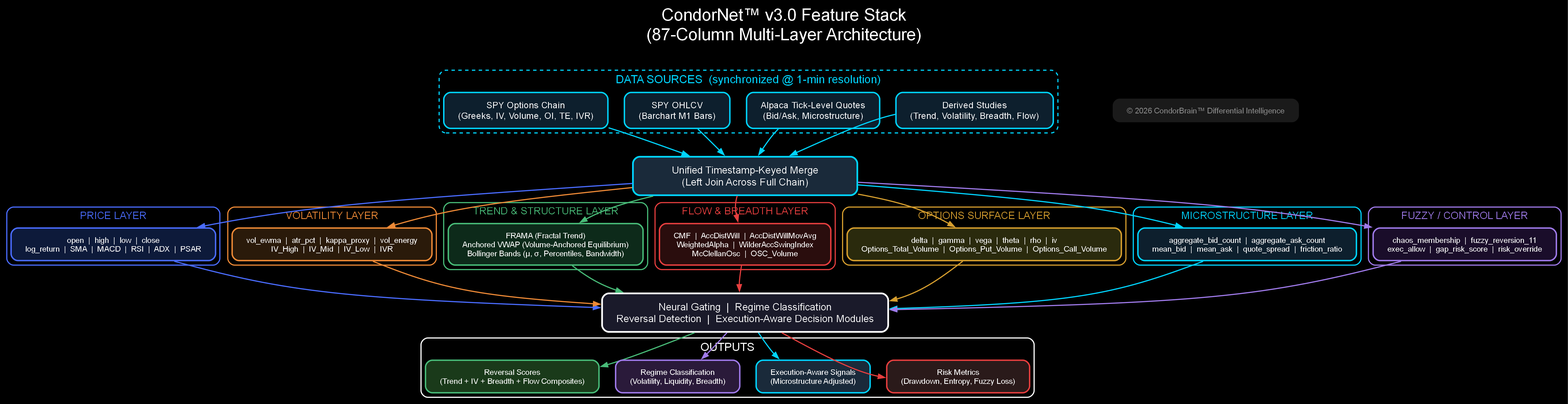
Before: docs/architecture/CondorNet_v3_Feature_Stack.png, a diagram exported from Graphviz (trextrader/spy-iron-condor-trading). Its source is kept beside it as docs/architecture/CondorNet_v3_Feature_Stack.dot. Its diagram source:
```dot
digraph CondorNet_v3_Feature_Stack {
    rankdir=TB;
    splines=curved;
    bgcolor="#000000";
    fontname="Arial,Sans-Serif";
    fontsize=30;
    labelloc="t";
    label="CondorNet™ v3.0 Feature Stack\n(87-Column Multi-Layer Architecture)";
    fontcolor="#ffffff";
    nodesep=0.4;
    ranksep=0.7;
    compound=true;

    node [
        fontname="Arial,Sans-Serif",
        fontsize=16,
        shape=box,
        style="filled,rounded",
        fillcolor="#1a1a1a",
        color="#555555",
        fontcolor="#ffffff",
        penwidth=2.5,
        margin="0.35,0.18"
    ];

    edge [
        color="#666666",
        penwidth=2.0,
        arrowsize=1.1,
        fontname="Arial,Sans-Serif",
        fontsize=13,
        fontcolor="#bbbbbb"
    ];

    subgraph cluster_sources {
        label="DATA SOURCES  (synchronized @ 1-min resolution)";
        fontsize=20;
        fontcolor="#00d4ff";
        style="rounded,dashed";
        color="#00d4ff";
        penwidth=2;

        src_options [label="SPY Options Chain\n(Greeks, IV, Volume, OI, TE, IVR)", fillcolor="#0d1f2d", color="#00d4ff"];
        src_ohlcv   [label="SPY OHLCV\n(Barchart M1 Bars)", fillcolor="#0d1f2d", color="#00d4ff"];
        src_alpaca  [label="Alpaca Tick-Level Quotes\n(Bid/Ask, Microstructure)", fillcolor="#0d1f2d", color="#00d4ff"];
        src_derived [label="Derived Studies\n(Trend, Volatility, Breadth, Flow)", fillcolor="#0d1f2d", color="#00d4ff"];
    }

    merge [label="Unified Timestamp-Keyed Merge\n(Left Join Across Full Chain)", fillcolor="#1a2a3a", color="#00d4ff", fontsize=18, penwidth=3, width=5.5];

    src_options -> merge [color="#00d4ff"];
    src_ohlcv   -> merge [color="#00d4ff"];
    src_alpaca  -> merge [color="#00d4ff"];
    src_derived -> merge [color="#00d4ff"];


    subgraph cluster_price {
        label="PRICE LAYER";
        fontsize=18;
        fontcolor="#4a6cff";
        style="rounded";
        color="#4a6cff";
        penwidth=2;

        price_features [label="open  |  high  |  low  |  close\nlog_return  |  SMA  |  MACD  |  RSI  |  ADX  |  PSAR", fillcolor="#0d1a3a", color="#4a6cff", fontsize=14];
    }

    subgraph cluster_vol {
        label="VOLATILITY LAYER";
        fontsize=18;
        fontcolor="#ed8936";
        style="rounded";
        color="#ed8936";
        penwidth=2;

        vol_features [label="vol_ewma  |  atr_pct  |  kappa_proxy  |  vol_energy\nIV_High  |  IV_Mid  |  IV_Low  |  IVR", fillcolor="#2a1a0a", color="#ed8936", fontsize=14];
    }

    subgraph cluster_trend {
        label="TREND & STRUCTURE LAYER";
        fontsize=18;
        fontcolor="#48bb78";
        style="rounded";
        color="#48bb78";
        penwidth=2;

        trend_features [label="FRAMA (Fractal Trend)\nAnchored VWAP (Volume-Anchored Equilibrium)\nBollinger Bands (μ, σ, Percentiles, Bandwidth)", fillcolor="#0d2a1a", color="#48bb78", fontsize=14];
    }

    subgraph cluster_flow {
        label="FLOW & BREADTH LAYER";
        fontsize=18;
        fontcolor="#e53e3e";
        style="rounded";
        color="#e53e3e";
        penwidth=2;

        flow_features [label="CMF  |  AccDistWill  |  AccDistWillMovAvg\nWeightedAlpha  |  WilderAccSwingIndex\nMcClellanOsc  |  OSC_Volume", fillcolor="#2a0d0d", color="#e53e3e", fontsize=14];
    }

    subgraph cluster_greeks {
        label="OPTIONS SURFACE LAYER";
        fontsize=18;
        fontcolor="#d69e2e";
        style="rounded";
        color="#d69e2e";
        penwidth=2;

        greeks_features [label="delta  |  gamma  |  vega  |  theta  |  rho  |  iv\nOptions_Total_Volume  |  Options_Put_Volume  |  Options_Call_Volume", fillcolor="#2a2a0d", color="#d69e2e", fontsize=14];
    }

    subgraph cluster_micro {
        label="MICROSTRUCTURE LAYER";
        fontsize=18;
        fontcolor="#00d4ff";
        style="rounded";
        color="#00d4ff";
        penwidth=2;

        micro_features [label="aggregate_bid_count  |  aggregate_ask_count\nmean_bid  |  mean_ask  |  quote_spread  |  friction_ratio", fillcolor="#0d1f2d", color="#00d4ff", fontsize=14];
    }

    subgraph cluster_fuzzy {
        label="FUZZY / CONTROL LAYER";
        fontsize=18;
        fontcolor="#9f7aea";
        style="rounded";
        color="#9f7aea";
        penwidth=2;

        fuzzy_features [label="chaos_membership  |  fuzzy_reversion_11\nexec_allow  |  gap_risk_score  |  risk_override", fillcolor="#1a0d2a", color="#9f7aea", fontsize=14];
    }

    merge -> price_features  [color="#4a6cff"];
    merge -> vol_features    [color="#ed8936"];
    merge -> trend_features  [color="#48bb78"];
    merge -> flow_features   [color="#e53e3e"];
    merge -> greeks_features [color="#d69e2e"];
    merge -> micro_features  [color="#00d4ff"];
    merge -> fuzzy_features  [color="#9f7aea"];

    gating [label="Neural Gating  |  Regime Classification\nReversal Detection  |  Execution-Aware Decision Modules", fillcolor="#1a1a2a", color="#ffffff", fontsize=18, penwidth=3, width=6.5, fontcolor="#ffffff"];

    price_features  -> gating [color="#4a6cff"];
    vol_features    -> gating [color="#ed8936"];
    trend_features  -> gating [color="#48bb78"];
    flow_features   -> gating [color="#e53e3e"];
    greeks_features -> gating [color="#d69e2e"];
    micro_features  -> gating [color="#00d4ff"];
    fuzzy_features  -> gating [color="#9f7aea"];

    subgraph cluster_outputs {
        label="OUTPUTS";
        fontsize=20;
        fontcolor="#ffffff";
        style="rounded,bold";
        color="#ffffff";
        penwidth=2;

        out_reversal [label="Reversal Scores\n(Trend + IV + Breadth + Flow Composites)", fillcolor="#1a3a1a", color="#48bb78", fontsize=14];
        out_regime   [label="Regime Classification\n(Volatility, Liquidity, Breadth)", fillcolor="#2a1a3a", color="#9f7aea", fontsize=14];
        out_exec     [label="Execution-Aware Signals\n(Microstructure Adjusted)", fillcolor="#1a2a3a", color="#00d4ff", fontsize=14];
        out_risk     [label="Risk Metrics\n(Drawdown, Entropy, Fuzzy Loss)", fillcolor="#2a1a1a", color="#e53e3e", fontsize=14];
    }

    gating -> out_reversal [color="#48bb78"];
    gating -> out_regime   [color="#9f7aea"];
    gating -> out_exec     [color="#00d4ff"];
    gating -> out_risk     [color="#e53e3e"];

    subgraph cluster_copyright {
        style=invis;
        rank=sink;
        node [shape=plaintext, fontsize=14, fontcolor="#888888"];
        copyright_note [label="© 2026 CondorBrain™ Differential Intelligence"];
    }
}
```
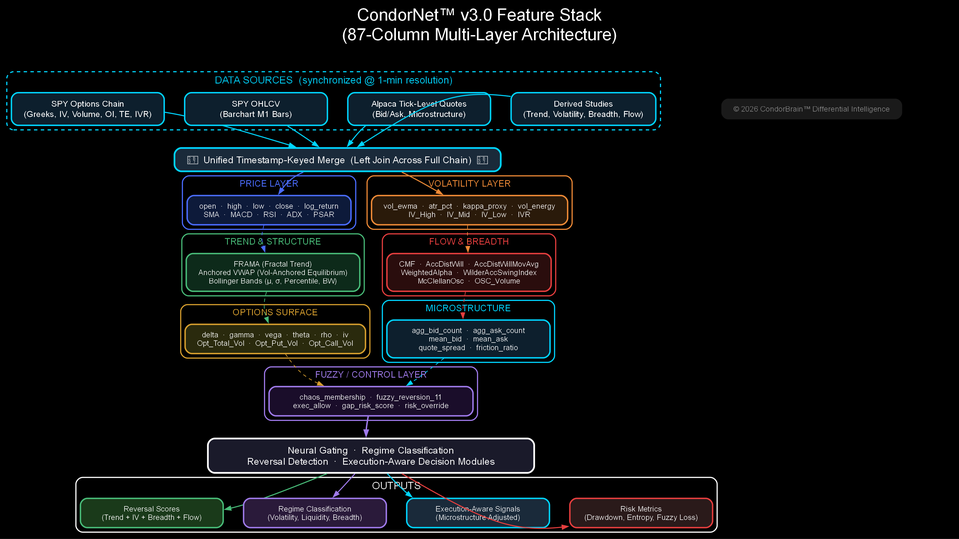
The same file after the commit.

Commit message:
docs: portrait-oriented Feature Stack diagram with vertical 2-col layout

Change to the diagram source:
```diff
@@ -7,46 +7,50 @@
     labelloc="t";
     label="CondorNet™ v3.0 Feature Stack\n(87-Column Multi-Layer Architecture)";
     fontcolor="#ffffff";
-    nodesep=0.4;
-    ranksep=0.7;
+    nodesep=0.5;
+    ranksep=0.55;
     compound=true;
+    newrank=true;
 
     node [
         fontname="Arial,Sans-Serif",
-        fontsize=16,
+        fontsize=15,
         shape=box,
         style="filled,rounded",
         fillcolor="#1a1a1a",
         color="#555555",
         fontcolor="#ffffff",
         penwidth=2.5,
-        margin="0.35,0.18"
+        margin="0.3,0.15"
     ];
 
     edge [
-        color="#666666",
-        penwidth=2.0,
-        arrowsize=1.1,
+        color="#555555",
+        penwidth=1.8,
+        arrowsize=1.0,
         fontname="Arial,Sans-Serif",
-        fontsize=13,
+        fontsize=12,
         fontcolor="#bbbbbb"
     ];
 
     subgraph cluster_sources {
         label="DATA SOURCES  (synchronized @ 1-min resolution)";
-        fontsize=20;
+        fontsize=18;
         fontcolor="#00d4ff";
         style="rounded,dashed";
         color="#00d4ff";
         penwidth=2;
 
-        src_options [label="SPY Options Chain\n(Greeks, IV, Volume, OI, TE, IVR)", fillcolor="#0d1f2d", color="#00d4ff"];
-        src_ohlcv   [label="SPY OHLCV\n(Barchart M1 Bars)", fillcolor="#0d1f2d", color="#00d4ff"];
-        src_alpaca  [label="Alpaca Tick-Level Quotes\n(Bid/Ask, Microstructure)", fillcolor="#0d1f2d", color="#00d4ff"];
-        src_derived [label="Derived Studies\n(Trend, Volatility, Breadth, Flow)", fillcolor="#0d1f2d", color="#00d4ff"];
+        src_options [label="SPY Options Chain\n(Greeks, IV, Volume, OI, TE, IVR)", fillcolor="#0d1f2d", color="#00d4ff", width=3.5];
+        src_ohlcv   [label="SPY OHLCV\n(Barchart M1 Bars)", fillcolor="#0d1f2d", color="#00d4ff", width=3.5];
+        src_alpaca  [label="Alpaca Tick-Level Quotes\n(Bid/Ask, Microstructure)", fillcolor="#0d1f2d", color="#00d4ff", width=3.5];
+        src_derived [label="Derived Studies\n(Trend, Volatility, Breadth, Flow)", fillcolor="#0d1f2d", color="#00d4ff", width=3.5];
+
+        { rank=same; src_options; src_ohlcv; }
+        { rank=same; src_alpaca; src_derived; }
     }
 
-    merge [label="Unified Timestamp-Keyed Merge\n(Left Join Across Full Chain)", fillcolor="#1a2a3a", color="#00d4ff", fontsize=18, penwidth=3, width=5.5];
+    merge [label="⬇  Unified Timestamp-Keyed Merge  (Left Join Across Full Chain)  ⬇", fillcolor="#1a2a3a", color="#00d4ff", fontsize=17, penwidth=3, width=8.0];
 
     src_options -> merge [color="#00d4ff"];
     src_ohlcv   -> merge [color="#00d4ff"];
@@ -56,111 +60,111 @@
 
     subgraph cluster_price {
         label="PRICE LAYER";
-        fontsize=18;
+        fontsize=16;
         fontcolor="#4a6cff";
         style="rounded";
         color="#4a6cff";
         penwidth=2;
-
-        price_features [label="open  |  high  |  low  |  close\nlog_return  |  SMA  |  MACD  |  RSI  |  ADX  |  PSAR", fillcolor="#0d1a3a", color="#4a6cff", fontsize=14];
+        price_features [label="open  ·  high  ·  low  ·  close  ·  log_return\nSMA  ·  MACD  ·  RSI  ·  ADX  ·  PSAR", fillcolor="#0d1a3a", color="#4a6cff", fontsize=13, width=4.0];
     }
 
     subgraph cluster_vol {
         label="VOLATILITY LAYER";
-        fontsize=18;
+        fontsize=16;
         fontcolor="#ed8936";
         style="rounded";
         color="#ed8936";
         penwidth=2;
-
-        vol_features [label="vol_ewma  |  atr_pct  |  kappa_proxy  |  vol_energy\nIV_High  |  IV_Mid  |  IV_Low  |  IVR", fillcolor="#2a1a0a", color="#ed8936", fontsize=14];
+        vol_features [label="vol_ewma  ·  atr_pct  ·  kappa_proxy  ·  vol_energy\nIV_High  ·  IV_Mid  ·  IV_Low  ·  IVR", fillcolor="#2a1a0a", color="#ed8936", fontsize=13, width=4.0];
     }
 
+    { rank=same; price_features; vol_features; }
+
     subgraph cluster_trend {
-        label="TREND & STRUCTURE LAYER";
-        fontsize=18;
+        label="TREND & STRUCTURE";
+        fontsize=16;
         fontcolor="#48bb78";
         style="rounded";
         color="#48bb78";
         penwidth=2;
-
-        trend_features [label="FRAMA (Fractal Trend)\nAnchored VWAP (Volume-Anchored Equilibrium)\nBollinger Bands (μ, σ, Percentiles, Bandwidth)", fillcolor="#0d2a1a", color="#48bb78", fontsize=14];
+        trend_features [label="FRAMA (Fractal Trend)\nAnchored VWAP (Vol-Anchored Equilibrium)\nBollinger Bands (μ, σ, Percentile, BW)", fillcolor="#0d2a1a", color="#48bb78", fontsize=13, width=4.0];
     }
 
     subgraph cluster_flow {
-        label="FLOW & BREADTH LAYER";
-        fontsize=18;
+        label="FLOW & BREADTH";
+        fontsize=16;
         fontcolor="#e53e3e";
         style="rounded";
         color="#e53e3e";
         penwidth=2;
-
-        flow_features [label="CMF  |  AccDistWill  |  AccDistWillMovAvg\nWeightedAlpha  |  WilderAccSwingIndex\nMcClellanOsc  |  OSC_Volume", fillcolor="#2a0d0d", color="#e53e3e", fontsize=14];
+        flow_features [label="CMF  ·  AccDistWill  ·  AccDistWillMovAvg\nWeightedAlpha  ·  WilderAccSwingIndex\nMcClellanOsc  ·  OSC_Volume", fillcolor="#2a0d0d", color="#e53e3e", fontsize=13, width=4.0];
     }
 
+    { rank=same; trend_features; flow_features; }
+
     subgraph cluster_greeks {
-        label="OPTIONS SURFACE LAYER";
-        fontsize=18;
+        label="OPTIONS SURFACE";
+        fontsize=16;
         fontcolor="#d69e2e";
         style="rounded";
         color="#d69e2e";
         penwidth=2;
-
-        greeks_features [label="delta  |  gamma  |  vega  |  theta  |  rho  |  iv\nOptions_Total_Volume  |  Options_Put_Volume  |  Options_Call_Volume", fillcolor="#2a2a0d", color="#d69e2e", fontsize=14];
+        greeks_features [label="delta  ·  gamma  ·  vega  ·  theta  ·  rho  ·  iv\nOpt_Total_Vol  ·  Opt_Put_Vol  ·  Opt_Call_Vol", fillcolor="#2a2a0d", color="#d69e2e", fontsize=13, width=4.0];
     }
 
     subgraph cluster_micro {
-        label="MICROSTRUCTURE LAYER";
-        fontsize=18;
+        label="MICROSTRUCTURE";
+        fontsize=16;
         fontcolor="#00d4ff";
         style="rounded";
         color="#00d4ff";
         penwidth=2;
+        micro_features [label="agg_bid_count  ·  agg_ask_count\nmean_bid  ·  mean_ask\nquote_spread  ·  friction_ratio", fillcolor="#0d1f2d", color="#00d4ff", fontsize=13, width=4.0];
+    }
 
-        micro_features [label="aggregate_bid_count  |  aggregate_ask_count\nmean_bid  |  mean_ask  |  quote_spread  |  friction_ratio", fillcolor="#0d1f2d", color="#00d4ff", fontsize=14];
-    }
+    { rank=same; greeks_features; micro_features; }
 
     subgraph cluster_fuzzy {
         label="FUZZY / CONTROL LAYER";
-        fontsize=18;
+        fontsize=16;
         fontcolor="#9f7aea";
         style="rounded";
         color="#9f7aea";
         penwidth=2;
-
-        fuzzy_features [label="chaos_membership  |  fuzzy_reversion_11\nexec_allow  |  gap_risk_score  |  risk_override", fillcolor="#1a0d2a", color="#9f7aea", fontsize=14];
+        fuzzy_features [label="chaos_membership  ·  fuzzy_reversion_11\nexec_allow  ·  gap_risk_score  ·  risk_override", fillcolor="#1a0d2a", color="#9f7aea", fontsize=13, width=5.0];
     }
 
     merge -> price_features  [color="#4a6cff"];
     merge -> vol_features    [color="#ed8936"];
-    merge -> trend_features  [color="#48bb78"];
-    merge -> flow_features   [color="#e53e3e"];
-    merge -> greeks_features [color="#d69e2e"];
-    merge -> micro_features  [color="#00d4ff"];
-    merge -> fuzzy_features  [color="#9f7aea"];
 
-    gating [label="Neural Gating  |  Regime Classification\nReversal Detection  |  Execution-Aware Decision Modules", fillcolor="#1a1a2a", color="#ffffff", fontsize=18, penwidth=3, width=6.5, fontcolor="#ffffff"];
+    price_features  -> trend_features  [color="#4a6cff", style=dashed, penwidth=1.2];
+    vol_features    -> flow_features   [color="#ed8936", style=dashed, penwidth=1.2];
 
-    price_features  -> gating [color="#4a6cff"];
-    vol_features    -> gating [color="#ed8936"];
-    trend_features  -> gating [color="#48bb78"];
-    flow_features   -> gating [color="#e53e3e"];
-    greeks_features -> gating [color="#d69e2e"];
-    micro_features  -> gating [color="#00d4ff"];
-    fuzzy_features  -> gating [color="#9f7aea"];
+    trend_features  -> greeks_features [color="#48bb78", style=dashed, penwidth=1.2];
+    flow_features   -> micro_features  [color="#e53e3e", style=dashed, penwidth=1.2];
+
+    greeks_features -> fuzzy_features  [color="#d69e2e", style=dashed, penwidth=1.2];
+    micro_features  -> fuzzy_features  [color="#00d4ff", style=dashed, penwidth=1.2];
+
+    gating [label="Neural Gating  ·  Regime Classification\nReversal Detection  ·  Execution-Aware Decision Modules", fillcolor="#1a1a2a", color="#ffffff", fontsize=17, penwidth=3, width=8.0, fontcolor="#ffffff"];
+
+    fuzzy_features -> gating [color="#9f7aea", penwidth=2.5];
 
     subgraph cluster_outputs {
         label="OUTPUTS";
-        fontsize=20;
+        fontsize=18;
         fontcolor="#ffffff";
         style="rounded,bold";
         color="#ffffff";
         penwidth=2;
 
-        out_reversal [label="Reversal Scores\n(Trend + IV + Breadth + Flow Composites)", fillcolor="#1a3a1a", color="#48bb78", fontsize=14];
-        out_regime   [label="Regime Classification\n(Volatility, Liquidity, Breadth)", fillcolor="#2a1a3a", color="#9f7aea", fontsize=14];
-        out_exec     [label="Execution-Aware Signals\n(Microstructure Adjusted)", fillcolor="#1a2a3a", color="#00d4ff", fontsize=14];
-        out_risk     [label="Risk Metrics\n(Drawdown, Entropy, Fuzzy Loss)", fillcolor="#2a1a1a", color="#e53e3e", fontsize=14];
+        out_reversal [label="Reversal Scores\n(Trend + IV + Breadth + Flow)", fillcolor="#1a3a1a", color="#48bb78", fontsize=13, width=3.5];
+        out_regime   [label="Regime Classification\n(Volatility, Liquidity, Breadth)", fillcolor="#2a1a3a", color="#9f7aea", fontsize=13, width=3.5];
+        out_exec     [label="Execution-Aware Signals\n(Microstructure Adjusted)", fillcolor="#1a2a3a", color="#00d4ff", fontsize=13, width=3.5];
+        out_risk     [label="Risk Metrics\n(Drawdown, Entropy, Fuzzy Loss)", fillcolor="#2a1a1a", color="#e53e3e", fontsize=13, width=3.5];
+
+        { rank=same; out_reversal; out_regime; }
+        { rank=same; out_exec; out_risk; }
     }
 
     gating -> out_reversal [color="#48bb78"];
@@ -171,7 +175,7 @@
     subgraph cluster_copyright {
         style=invis;
         rank=sink;
-        node [shape=plaintext, fontsize=14, fontcolor="#888888"];
+        node [shape=plaintext, fontsize=13, fontcolor="#888888"];
         copyright_note [label="© 2026 CondorBrain™ Differential Intelligence"];
     }
 }
```
